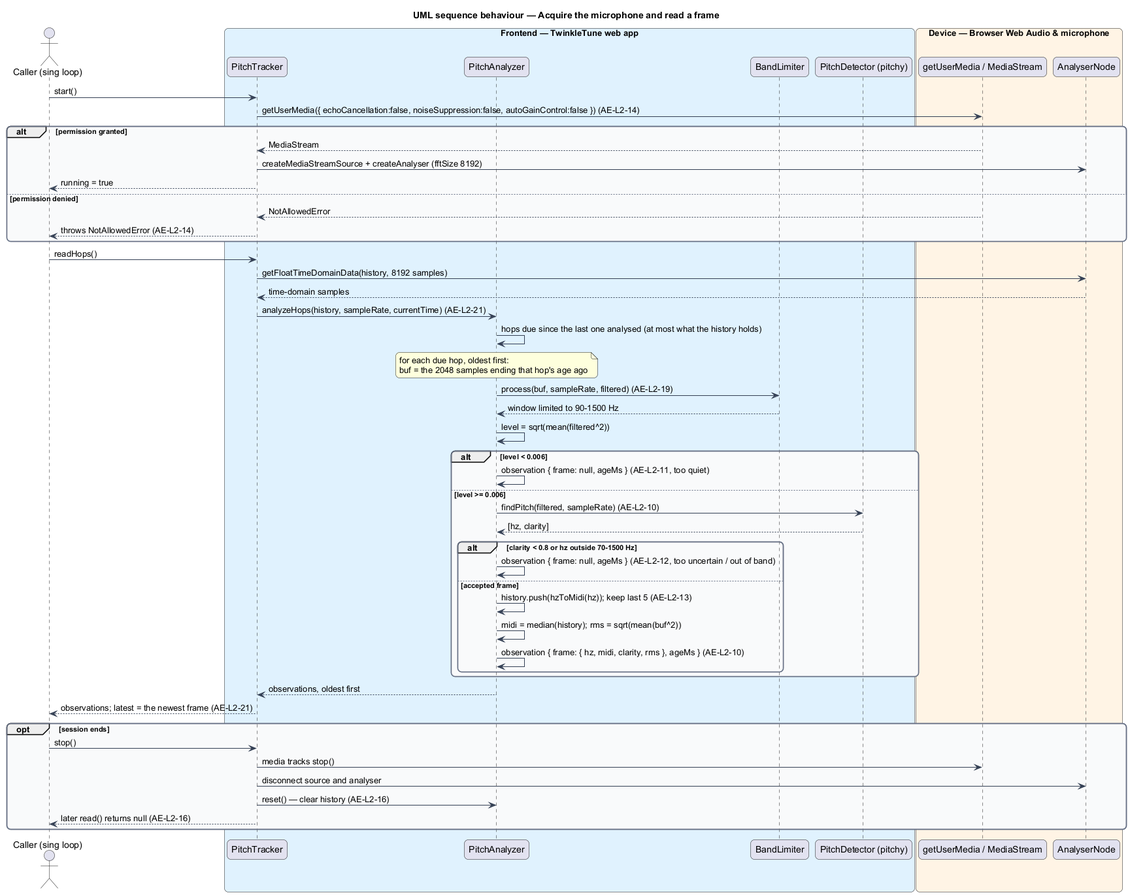
Before: docs/detailed-designs/audio-engine/detect-pitch/diagrams/sequence-acquire-mic-and-read-frame.png, a diagram exported from PlantUML (QuinntyneBrown/TwinkleTune).
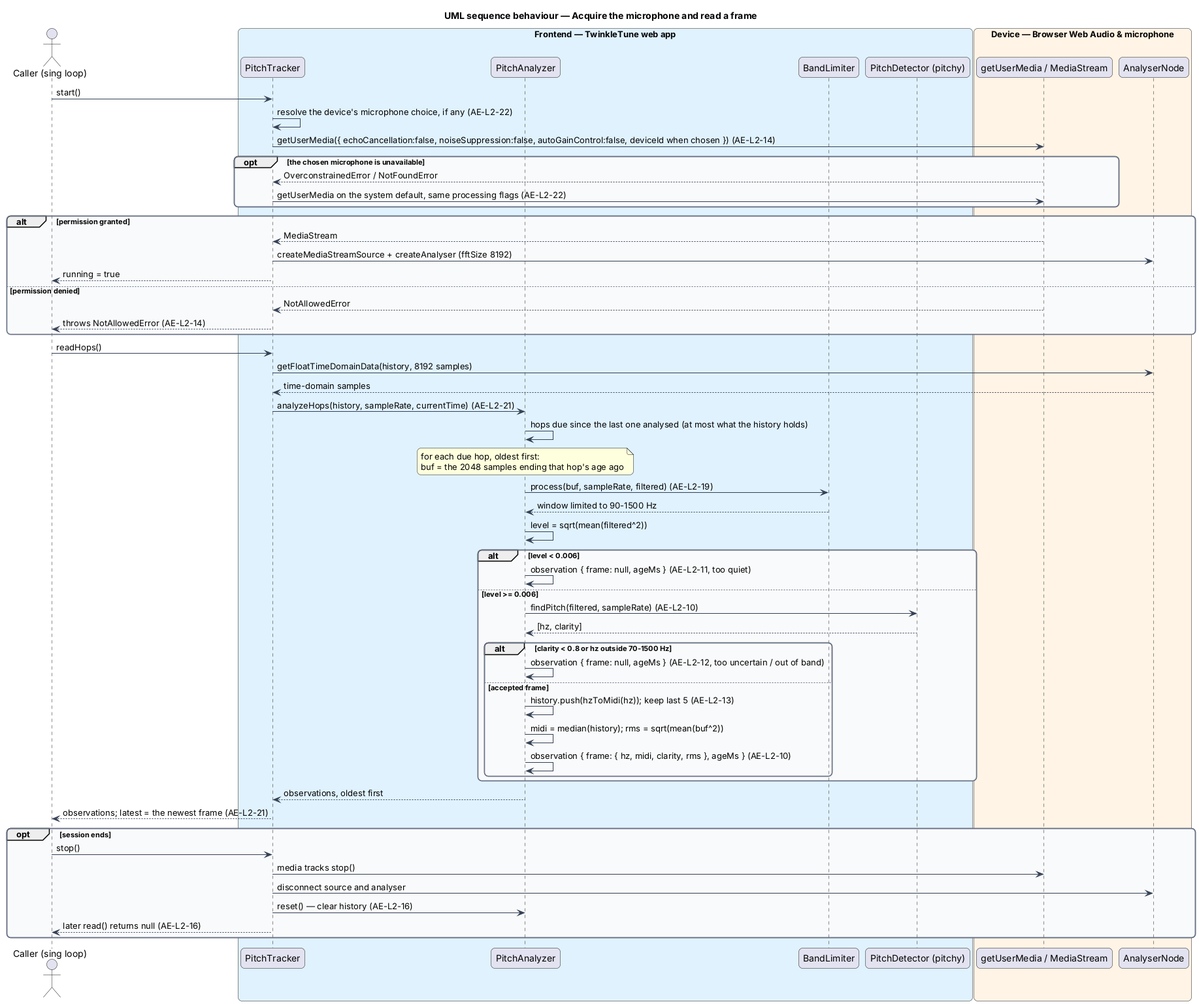
The same file after the commit.

Change to the diagram source:
```diff
@@ -27,7 +27,12 @@
 end box
 
 caller -> tracker : start()
-tracker -> mic : getUserMedia({ echoCancellation:false, noiseSuppression:false, autoGainControl:false }) (AE-L2-14)
+tracker -> tracker : resolve the device's microphone choice, if any (AE-L2-22)
+tracker -> mic : getUserMedia({ echoCancellation:false, noiseSuppression:false, autoGainControl:false, deviceId when chosen }) (AE-L2-14)
+opt the chosen microphone is unavailable
+  mic --> tracker : OverconstrainedError / NotFoundError
+  tracker -> mic : getUserMedia on the system default, same processing flags (AE-L2-22)
+end
 alt permission granted
   mic --> tracker : MediaStream
   tracker -> analyser : createMediaStreamSource + createAnalyser (fftSize 8192)
```
